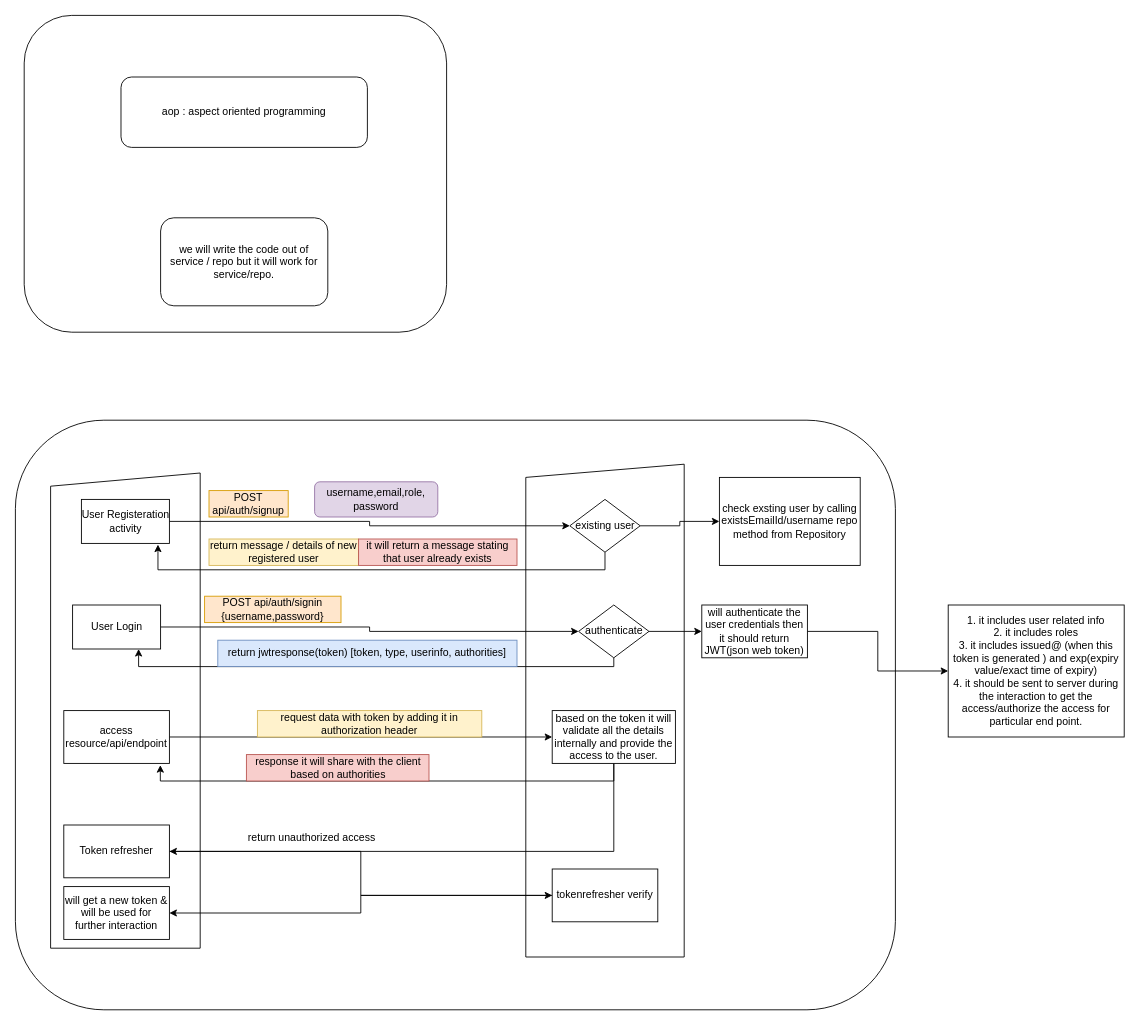
Earlier version of the draw.io diagram page "security" (5 of 11) of Untitled Diagram.drawio (afif1400/zeeTraining). Source tidied: cells renumbered, new cells numbered last; positions are measured from the earlier drawing's top-left corner, leaving out a move shared by most shapes. Both pictures are drawn from the tidied source at 88%, with x=0, y=0 at pixel (15, 15).
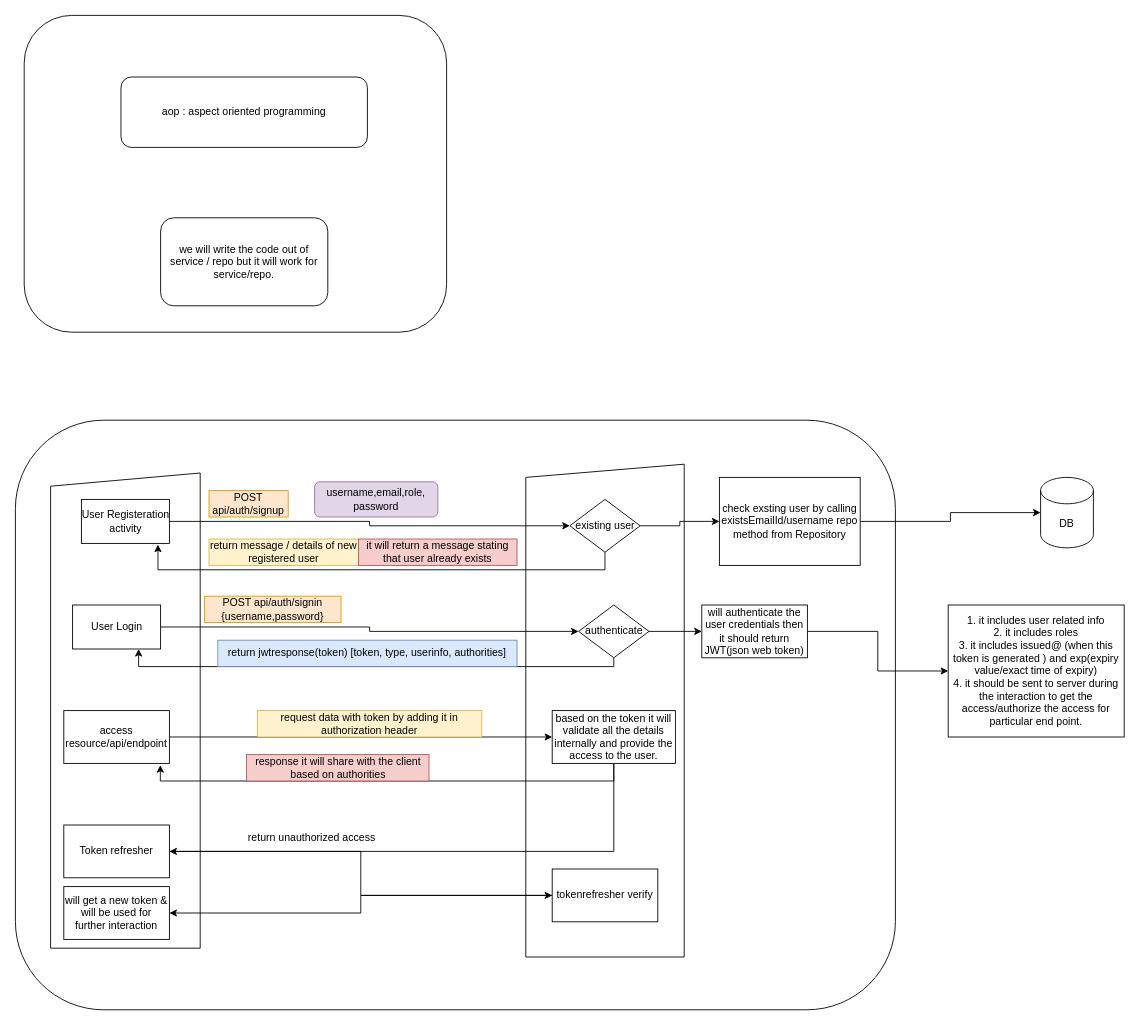
The same diagram, later.

Unchanged cells that the change refers to:
```xml
<mxCell id="14" value="check exsting user by calling existsEmailId/username repo method from Repository" style="whiteSpace=wrap;html=1;dashed=0;" parent="1" vertex="1">
  <mxGeometry x="800" y="525" width="160" height="100" as="geometry" />
</mxCell>
```

The edit, as a diff of the source:
```diff
@@
+    <mxCell id="42" style="edgeStyle=orthogonalEdgeStyle;rounded=0;jettySize=auto;html=1;" parent="1" edge="1" source="14" target="43">
+      <mxGeometry relative="1" as="geometry" />
+    </mxCell>
@@
+    <mxCell id="43" value="DB" style="shape=cylinder3;whiteSpace=wrap;html=1;boundedLbl=1;backgroundOutline=1;size=15;" parent="1" vertex="1">
+      <mxGeometry x="1165" y="525" width="60" height="80" as="geometry" />
+    </mxCell>
```
